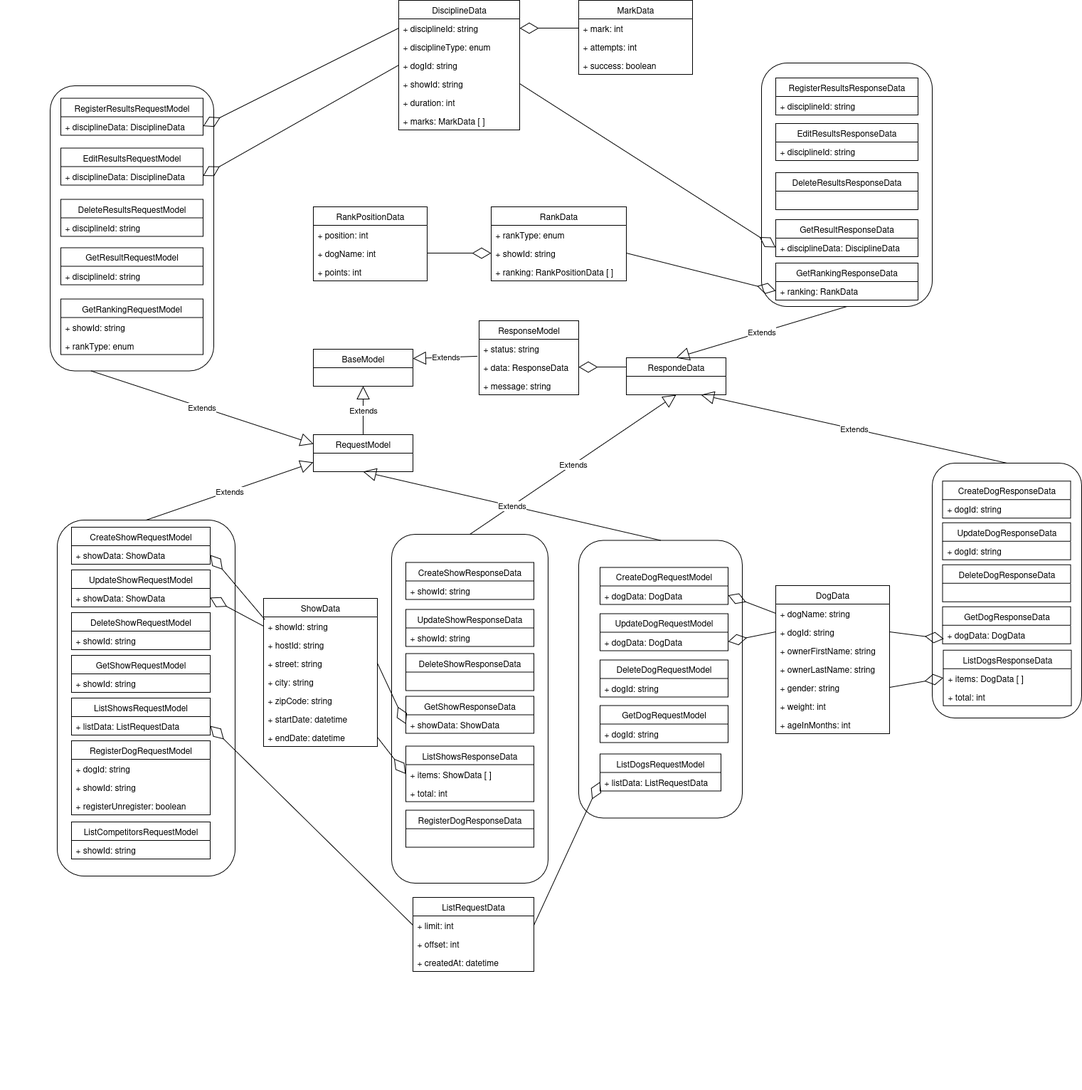
Earlier version of the draw.io export documentation/design/competition-entities.png (israel-lm/top-dog-show). Source tidied: cells renumbered, new cells last; positions are measured from the earlier drawing's top-left corner, leaving out a move shared by most shapes.
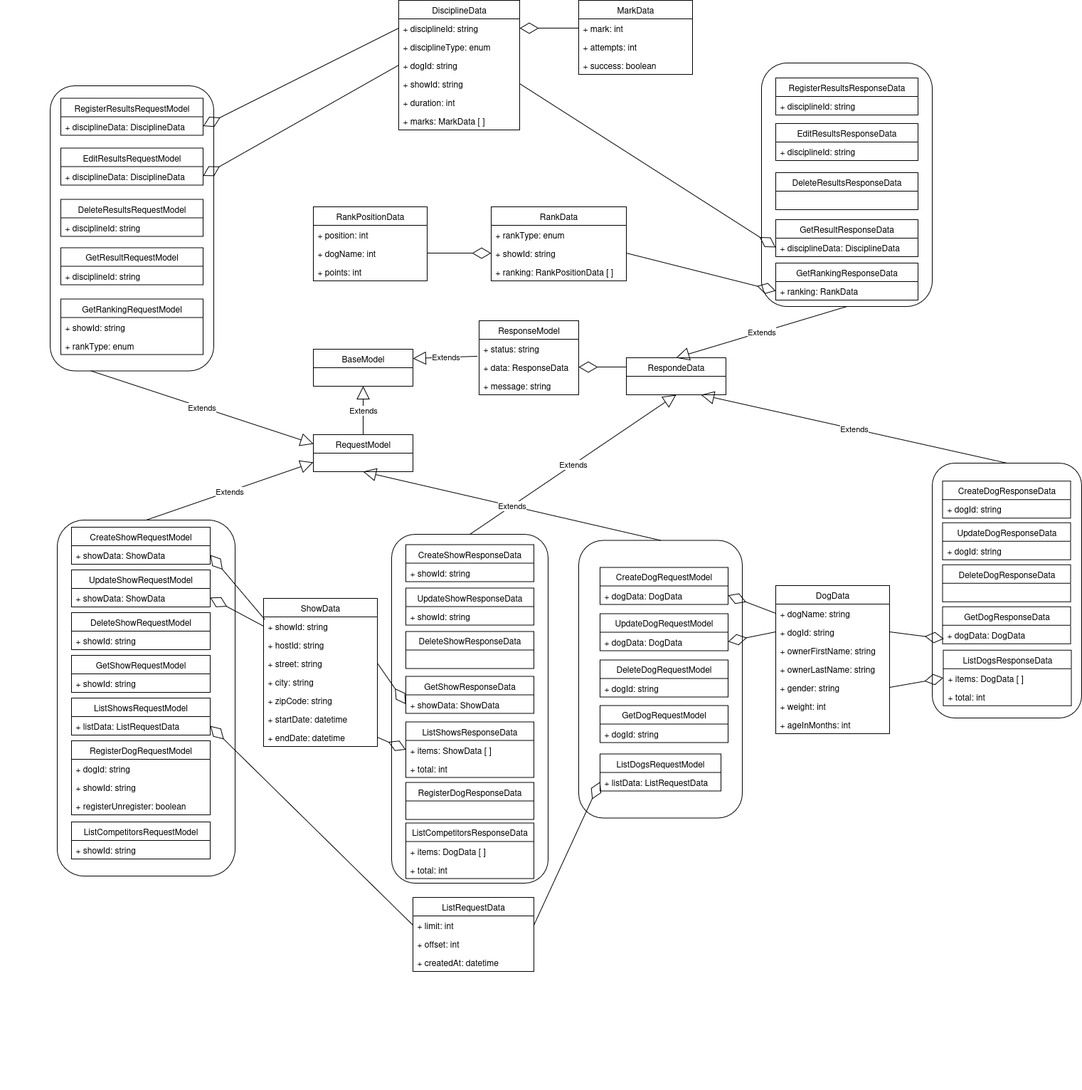
After the change.

The edit, as a diff of the source:
```diff
@@ -288,28 +288,28 @@
       <mxGeometry x="550" y="750" width="220" height="490" as="geometry" />
     </mxCell>
     <mxCell id="97" value="CreateShowResponseData" style="swimlane;fontStyle=0;horizontal=1;startSize=26;fillColor=none;whiteSpace=wrap;html=1;" parent="96" vertex="1">
-      <mxGeometry x="20" y="39.5" width="180" height="52" as="geometry" />
+      <mxGeometry x="20" y="14.5" width="180" height="52" as="geometry" />
     </mxCell>
     <mxCell id="98" value="+ showId: string" style="text;strokeColor=none;fillColor=none;align=left;verticalAlign=top;spacingLeft=4;spacingRight=4;overflow=hidden;whiteSpace=wrap;html=1;" parent="97" vertex="1">
       <mxGeometry y="26" width="180" height="26" as="geometry" />
     </mxCell>
     <mxCell id="99" value="UpdateShowResponseData" style="swimlane;fontStyle=0;horizontal=1;startSize=26;fillColor=none;whiteSpace=wrap;html=1;" parent="96" vertex="1">
-      <mxGeometry x="20" y="105.5" width="180" height="52" as="geometry" />
+      <mxGeometry x="20" y="75.5" width="180" height="52" as="geometry" />
     </mxCell>
     <mxCell id="100" value="+ showId: string" style="text;strokeColor=none;fillColor=none;align=left;verticalAlign=top;spacingLeft=4;spacingRight=4;overflow=hidden;whiteSpace=wrap;html=1;" parent="99" vertex="1">
       <mxGeometry y="26" width="180" height="26" as="geometry" />
     </mxCell>
     <mxCell id="101" value="DeleteShowResponseData" style="swimlane;fontStyle=0;horizontal=1;startSize=26;fillColor=none;whiteSpace=wrap;html=1;" parent="96" vertex="1">
-      <mxGeometry x="20" y="167.5" width="180" height="52" as="geometry" />
+      <mxGeometry x="20" y="136.5" width="180" height="52" as="geometry" />
     </mxCell>
     <mxCell id="102" value="GetShowResponseData" style="swimlane;fontStyle=0;horizontal=1;startSize=26;fillColor=none;whiteSpace=wrap;html=1;" parent="96" vertex="1">
-      <mxGeometry x="20" y="227.5" width="180" height="52" as="geometry" />
+      <mxGeometry x="20" y="199.5" width="180" height="52" as="geometry" />
     </mxCell>
     <mxCell id="103" value="+ showData: ShowData" style="text;strokeColor=none;fillColor=none;align=left;verticalAlign=top;spacingLeft=4;spacingRight=4;overflow=hidden;points=[[0,0.5],[1,0.5]];portConstraint=eastwest;whiteSpace=wrap;html=1;" parent="102" vertex="1">
       <mxGeometry y="26" width="180" height="26" as="geometry" />
     </mxCell>
     <mxCell id="104" value="ListShowsResponseData" style="swimlane;fontStyle=0;horizontal=1;startSize=26;fillColor=none;whiteSpace=wrap;html=1;" parent="96" vertex="1">
-      <mxGeometry x="20" y="297.5" width="180" height="78" as="geometry" />
+      <mxGeometry x="20" y="263.5" width="180" height="78" as="geometry" />
     </mxCell>
     <mxCell id="105" value="+ items: ShowData [ ]" style="text;strokeColor=none;fillColor=none;align=left;verticalAlign=top;spacingLeft=4;spacingRight=4;overflow=hidden;points=[[0,0.5],[1,0.5]];portConstraint=eastwest;whiteSpace=wrap;html=1;" parent="104" vertex="1">
       <mxGeometry y="26" width="180" height="26" as="geometry" />
@@ -318,8 +318,17 @@
       <mxGeometry y="52" width="180" height="26" as="geometry" />
     </mxCell>
     <mxCell id="107" value="RegisterDogResponseData" style="swimlane;fontStyle=0;horizontal=1;startSize=26;fillColor=none;whiteSpace=wrap;html=1;" parent="96" vertex="1">
-      <mxGeometry x="20" y="387.5" width="180" height="52" as="geometry" />
+      <mxGeometry x="20" y="348.5" width="180" height="52" as="geometry" />
     </mxCell>
+    <mxCell id="154" value="ListCompetitorsResponseData" style="swimlane;fontStyle=0;horizontal=1;startSize=26;fillColor=none;whiteSpace=wrap;html=1;" parent="96" vertex="1">
+      <mxGeometry x="20" y="405.5" width="180" height="78" as="geometry" />
+    </mxCell>
+    <mxCell id="155" value="+ items: DogData [ ]" style="text;strokeColor=none;fillColor=none;align=left;verticalAlign=top;spacingLeft=4;spacingRight=4;overflow=hidden;whiteSpace=wrap;html=1;" parent="154" vertex="1">
+      <mxGeometry y="26" width="180" height="26" as="geometry" />
+    </mxCell>
+    <mxCell id="156" value="+ total: int" style="text;strokeColor=none;fillColor=none;align=left;verticalAlign=top;spacingLeft=4;spacingRight=4;overflow=hidden;whiteSpace=wrap;html=1;" parent="154" vertex="1">
+      <mxGeometry y="52" width="180" height="26" as="geometry" />
+    </mxCell>
     <mxCell id="108" style="rounded=1;whiteSpace=wrap;html=1;" parent="1" vertex="1">
       <mxGeometry x="1310" y="650" width="210" height="358" as="geometry" />
     </mxCell>
```
